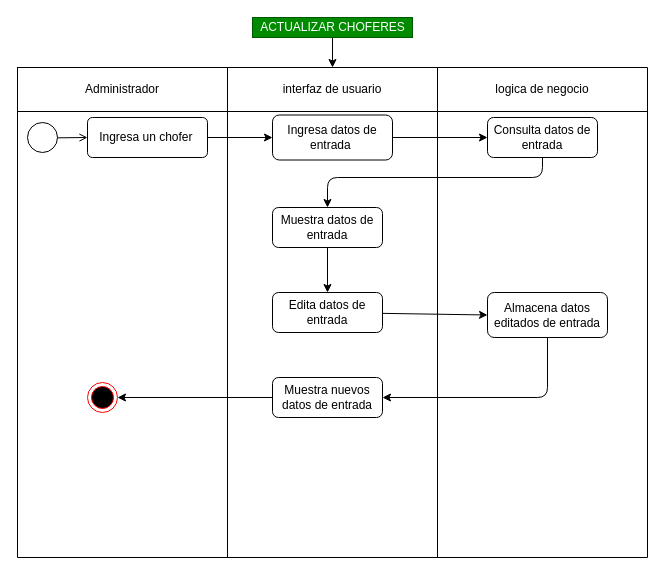
Above: Diagramas_Actividad/DAA.14.2.drawio in DavidArtavia/Activity_Diagram- (draw.io), before the change. Source tidied: cells renumbered, new cells numbered last; positions are measured from the earlier drawing's top-left corner, leaving out a move shared by most shapes. Both pictures are drawn from the tidied source at 100%, with x=0, y=0 at pixel (17, 17).
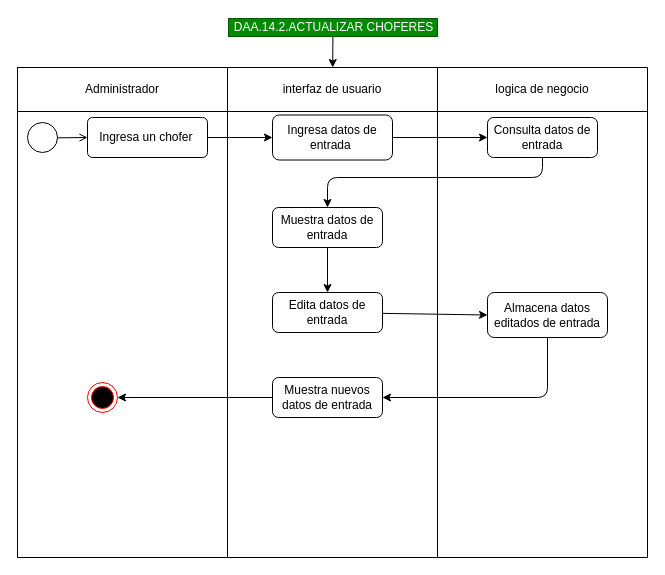
After the change.

What changed in the source:
```diff
@@
-    <mxCell id="19" value="ACTUALIZAR CHOFERES" style="text;html=1;align=center;verticalAlign=middle;points=[];rounded=0;fillColor=#008a00;fontColor=#ffffff;strokeColor=#005700;" parent="1" vertex="1">
-      <mxGeometry x="235" width="160" height="20" as="geometry" />
+    <mxCell id="19" value="DAA.14.2.ACTUALIZAR CHOFERES" style="text;html=1;align=center;verticalAlign=middle;points=[];rounded=0;fillColor=#008a00;fontColor=#ffffff;strokeColor=#005700;" parent="1" vertex="1">
+      <mxGeometry x="211" y="1" width="209" height="18" as="geometry" />
     </mxCell>
```
